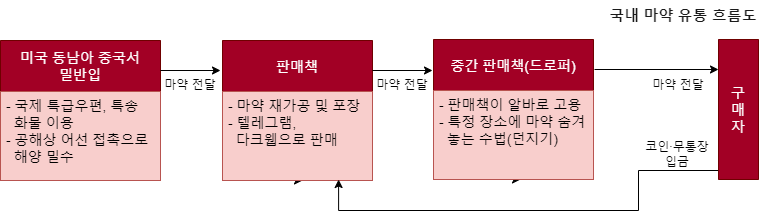
rose129/hmd_project_pf keeps this draw.io diagram as static/img/drug_flow.png. Above is the earlier version. Source tidied: cells renumbered, new cells last; positions are measured from the earlier drawing's top-left corner, leaving out a move shared by most shapes.
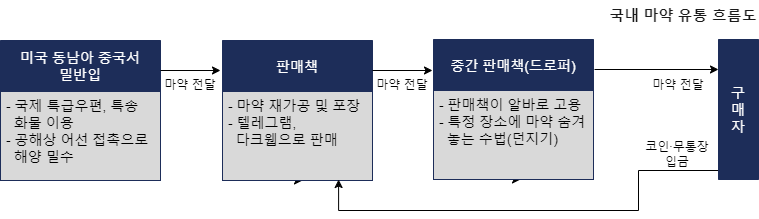
After the change.

What changed in the source:
```diff
@@ -7,10 +7,10 @@
         <mxPoint x="80" y="180" as="targetPoint" />
       </mxGeometry>
     </mxCell>
-    <mxCell id="3" value="&#10;미국 동남아 중국서&#10;밀반입&#10;" style="swimlane;fontStyle=0;align=center;verticalAlign=middle;horizontal=1;startSize=51;rounded=0;shadow=0;strokeWidth=1;fillColor=#a20025;strokeColor=#6F0000;fontColor=#ffffff;fontSize=14;" parent="1" vertex="1">
+    <mxCell id="3" value="&#10;미국 동남아 중국서&#10;밀반입&#10;" style="swimlane;fontStyle=0;align=center;verticalAlign=middle;horizontal=1;startSize=51;rounded=0;shadow=0;strokeWidth=1;fillColor=#1D2D59;strokeColor=#1D2D59;fontColor=#ffffff;fontSize=14;" parent="1" vertex="1">
       <mxGeometry y="40" width="160" height="140" as="geometry" />
     </mxCell>
-    <mxCell id="4" value="- 국제 특급우편, 특송 &#10;  화물 이용&#10;- 공해상 어선 접촉으로&#10;  해양 밀수&#10;" style="text;align=left;verticalAlign=top;spacingLeft=4;spacingRight=4;overflow=hidden;fillColor=#f8cecc;strokeColor=#b85450;fontSize=14;rounded=0;" parent="3" vertex="1">
+    <mxCell id="4" value="- 국제 특급우편, 특송 &#10;  화물 이용&#10;- 공해상 어선 접촉으로&#10;  해양 밀수&#10;" style="text;align=left;verticalAlign=top;spacingLeft=4;spacingRight=4;overflow=hidden;fillColor=#D9D9D9;strokeColor=#1D2D59;fontSize=14;rounded=0;" parent="3" vertex="1">
       <mxGeometry y="51" width="160" height="89" as="geometry" />
     </mxCell>
     <mxCell id="5" style="endArrow=classic;html=1;rounded=0;fontSize=14;" parent="1" edge="1">
@@ -24,10 +24,10 @@
         <mxPoint x="302" y="180" as="targetPoint" />
       </mxGeometry>
     </mxCell>
-    <mxCell id="7" value="판매책" style="swimlane;fontStyle=0;align=center;verticalAlign=middle;horizontal=1;startSize=51;rounded=0;shadow=0;strokeWidth=1;fillColor=#a20025;strokeColor=#6F0000;fontColor=#ffffff;fontSize=14;" parent="1" vertex="1">
+    <mxCell id="7" value="판매책" style="swimlane;fontStyle=0;align=center;verticalAlign=middle;horizontal=1;startSize=51;rounded=0;shadow=0;strokeWidth=1;fillColor=#1D2D59;strokeColor=#1D2D59;fontColor=#ffffff;fontSize=14;" parent="1" vertex="1">
       <mxGeometry x="222" y="40" width="150" height="140" as="geometry" />
     </mxCell>
-    <mxCell id="8" value="- 마약 재가공 및 포장&#10;- 텔레그램,&#10;  다크웹으로 판매&#10;" style="text;align=left;verticalAlign=top;spacingLeft=4;spacingRight=4;overflow=hidden;points=[[0,0.5],[1,0.5]];portConstraint=eastwest;fillColor=#f8cecc;strokeColor=#b85450;fontSize=14;rounded=0;" parent="7" vertex="1">
+    <mxCell id="8" value="- 마약 재가공 및 포장&#10;- 텔레그램,&#10;  다크웹으로 판매&#10;" style="text;align=left;verticalAlign=top;spacingLeft=4;spacingRight=4;overflow=hidden;points=[[0,0.5],[1,0.5]];portConstraint=eastwest;fillColor=#D9D9D9;strokeColor=#1D2D59;fontSize=14;rounded=0;" parent="7" vertex="1">
       <mxGeometry y="51" width="150" height="89" as="geometry" />
     </mxCell>
     <mxCell id="9" style="endArrow=classic;html=1;rounded=0;fontSize=14;" parent="1" edge="1">
@@ -41,10 +41,10 @@
         <mxPoint x="520" y="179" as="targetPoint" />
       </mxGeometry>
     </mxCell>
-    <mxCell id="11" value="중간 판매책(드로퍼)" style="swimlane;fontStyle=0;align=center;verticalAlign=middle;horizontal=1;startSize=51;rounded=0;shadow=0;strokeWidth=1;fillColor=#a20025;strokeColor=#6F0000;fontColor=#ffffff;fontSize=14;" parent="1" vertex="1">
+    <mxCell id="11" value="중간 판매책(드로퍼)" style="swimlane;fontStyle=0;align=center;verticalAlign=middle;horizontal=1;startSize=51;rounded=0;shadow=0;strokeWidth=1;fillColor=#1D2D59;strokeColor=#1D2D59;fontColor=#ffffff;fontSize=14;" parent="1" vertex="1">
       <mxGeometry x="433" y="39" width="160" height="140" as="geometry" />
     </mxCell>
-    <mxCell id="12" value="- 판매책이 알바로 고용&#10;- 특정 장소에 마약 숨겨&#10;  놓는 수법(던지기)&#10;" style="text;align=left;verticalAlign=top;spacingLeft=4;spacingRight=4;overflow=hidden;fillColor=#f8cecc;strokeColor=#b85450;fontSize=14;rounded=0;" parent="11" vertex="1">
+    <mxCell id="12" value="- 판매책이 알바로 고용&#10;- 특정 장소에 마약 숨겨&#10;  놓는 수법(던지기)&#10;" style="text;align=left;verticalAlign=top;spacingLeft=4;spacingRight=4;overflow=hidden;fillColor=#D9D9D9;strokeColor=#1D2D59;fontSize=14;rounded=0;" parent="11" vertex="1">
       <mxGeometry y="51" width="160" height="89" as="geometry" />
     </mxCell>
     <mxCell id="13" value="마약 전달" style="text;html=1;strokeColor=none;fillColor=none;align=center;verticalAlign=middle;whiteSpace=wrap;rounded=0;" parent="1" vertex="1">
@@ -73,7 +73,7 @@
         </Array>
       </mxGeometry>
     </mxCell>
-    <mxCell id="18" value="구&#10;매&#10;자" style="swimlane;fontStyle=0;align=center;verticalAlign=middle;horizontal=1;startSize=140;rounded=0;shadow=0;strokeWidth=1;fillColor=#a20025;strokeColor=#6F0000;fontColor=#ffffff;fontSize=14;" parent="1" vertex="1">
+    <mxCell id="18" value="구&#10;매&#10;자" style="swimlane;fontStyle=0;align=center;verticalAlign=middle;horizontal=1;startSize=140;rounded=0;shadow=0;strokeWidth=1;fillColor=#1D2D59;strokeColor=#1D2D59;fontColor=#ffffff;fontSize=14;" parent="1" vertex="1">
       <mxGeometry x="718" y="39" width="40" height="140" as="geometry" />
     </mxCell>
     <mxCell id="19" value="코인∙무통장&lt;br&gt;입금" style="text;html=1;strokeColor=none;fillColor=none;align=center;verticalAlign=middle;whiteSpace=wrap;rounded=0;" parent="1" vertex="1">
```
